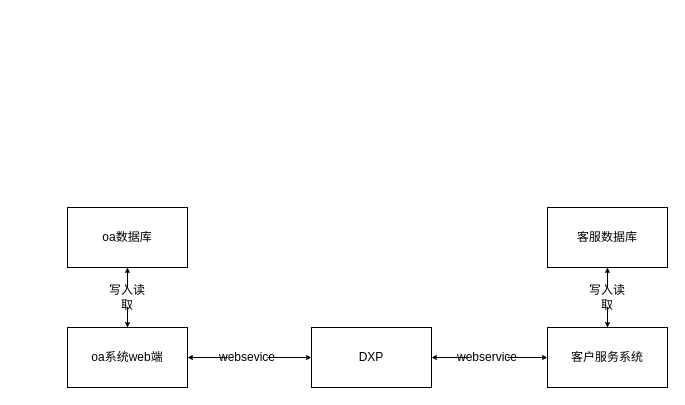
Earlier version of the draw.io diagram Untitled Diagram.drawio (lin-owen/hello-world). Source tidied: cells renumbered, new cells numbered last; positions are measured from the earlier drawing's top-left corner, leaving out a move shared by most shapes. Both pictures are drawn from the tidied source at 100%, with x=0, y=0 at pixel (67, 207).
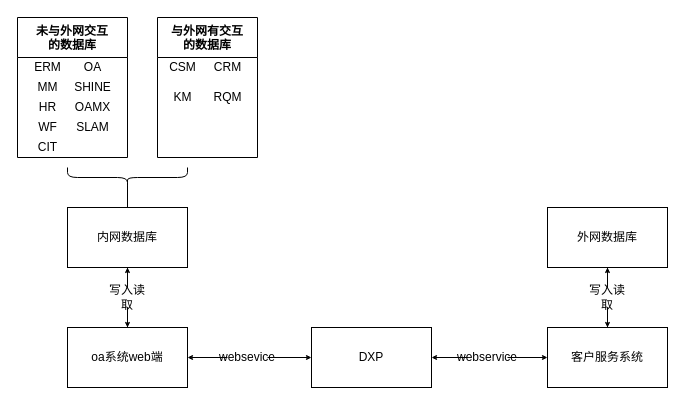
After the change.

The edit, as a diff of the source:
```diff
@@
-    <mxCell id="2" value="oa数据库" style="rounded=0;whiteSpace=wrap;html=1;" parent="1" vertex="1">
+    <mxCell id="2" value="内网数据库" style="rounded=0;whiteSpace=wrap;html=1;" parent="1" vertex="1">
       <mxGeometry width="120" height="60" as="geometry" />
     </mxCell>
@@
-    <mxCell id="6" value="客服数据库" style="rounded=0;whiteSpace=wrap;html=1;" parent="1" vertex="1">
+    <mxCell id="6" value="外网数据库" style="rounded=0;whiteSpace=wrap;html=1;" parent="1" vertex="1">
       <mxGeometry x="480" width="120" height="60" as="geometry" />
     </mxCell>
@@
+    <mxCell id="19" style="shape=curlyBracket;whiteSpace=wrap;html=1;rounded=1;size=0.5;direction=north;" parent="1" vertex="1">
+      <mxGeometry y="-40" width="120" height="20" as="geometry" />
+    </mxCell>
+    <mxCell id="20" style="endArrow=none;html=1;entryX=0.1;entryY=0.5;entryDx=0;entryDy=0;entryPerimeter=0;exitX=0.5;exitY=0;exitDx=0;exitDy=0;" parent="1" edge="1" source="2" target="19">
+      <mxGeometry relative="1" as="geometry" />
+    </mxCell>
+    <mxCell id="21" value="未与外网交互&#10;的数据库" style="swimlane;startSize=40;" parent="1" vertex="1">
+      <mxGeometry x="-50" y="-190" width="110" height="140" as="geometry" />
+    </mxCell>
+    <mxCell id="22" value="ERM" style="text;html=1;align=center;verticalAlign=middle;" parent="21" vertex="1">
+      <mxGeometry x="10" y="40" width="40" height="20" as="geometry" />
+    </mxCell>
+    <mxCell id="23" value="OA" style="text;html=1;align=center;verticalAlign=middle;" parent="21" vertex="1">
+      <mxGeometry x="60" y="40" width="30" height="20" as="geometry" />
+    </mxCell>
+    <mxCell id="24" value="MM" style="text;html=1;align=center;verticalAlign=middle;" parent="21" vertex="1">
+      <mxGeometry x="10" y="60" width="40" height="20" as="geometry" />
+    </mxCell>
+    <mxCell id="25" value="SHINE" style="text;html=1;align=center;verticalAlign=middle;" parent="21" vertex="1">
+      <mxGeometry x="50" y="60" width="50" height="20" as="geometry" />
+    </mxCell>
+    <mxCell id="26" value="OAMX" style="text;html=1;align=center;verticalAlign=middle;" parent="21" vertex="1">
+      <mxGeometry x="50" y="80" width="50" height="20" as="geometry" />
+    </mxCell>
+    <mxCell id="27" value="SLAM" style="text;html=1;align=center;verticalAlign=middle;" parent="21" vertex="1">
+      <mxGeometry x="50" y="100" width="50" height="20" as="geometry" />
+    </mxCell>
+    <mxCell id="28" value="HR" style="text;html=1;align=center;verticalAlign=middle;" parent="21" vertex="1">
+      <mxGeometry x="15" y="80" width="30" height="20" as="geometry" />
+    </mxCell>
+    <mxCell id="29" value="WF" style="text;html=1;align=center;verticalAlign=middle;" parent="21" vertex="1">
+      <mxGeometry x="15" y="100" width="30" height="20" as="geometry" />
+    </mxCell>
+    <mxCell id="30" value="CIT" style="text;html=1;align=center;verticalAlign=middle;" parent="21" vertex="1">
+      <mxGeometry x="15" y="120" width="30" height="20" as="geometry" />
+    </mxCell>
+    <mxCell id="31" value="与外网有交互&#10;的数据库" style="swimlane;startSize=40;" parent="1" vertex="1">
+      <mxGeometry x="90" y="-190" width="100" height="140" as="geometry" />
+    </mxCell>
+    <mxCell id="32" value="CRM" style="text;html=1;align=center;verticalAlign=middle;" parent="31" vertex="1">
+      <mxGeometry x="50" y="40" width="40" height="20" as="geometry" />
+    </mxCell>
+    <mxCell id="33" value="KM" style="text;html=1;align=center;verticalAlign=middle;" parent="31" vertex="1">
+      <mxGeometry x="10" y="70" width="30" height="20" as="geometry" />
+    </mxCell>
+    <mxCell id="34" value="RQM" style="text;html=1;align=center;verticalAlign=middle;" parent="31" vertex="1">
+      <mxGeometry x="50" y="70" width="40" height="20" as="geometry" />
+    </mxCell>
+    <mxCell id="35" value="CSM" style="text;html=1;align=center;verticalAlign=middle;" parent="31" vertex="1">
+      <mxGeometry x="5" y="40" width="40" height="20" as="geometry" />
+    </mxCell>
```
